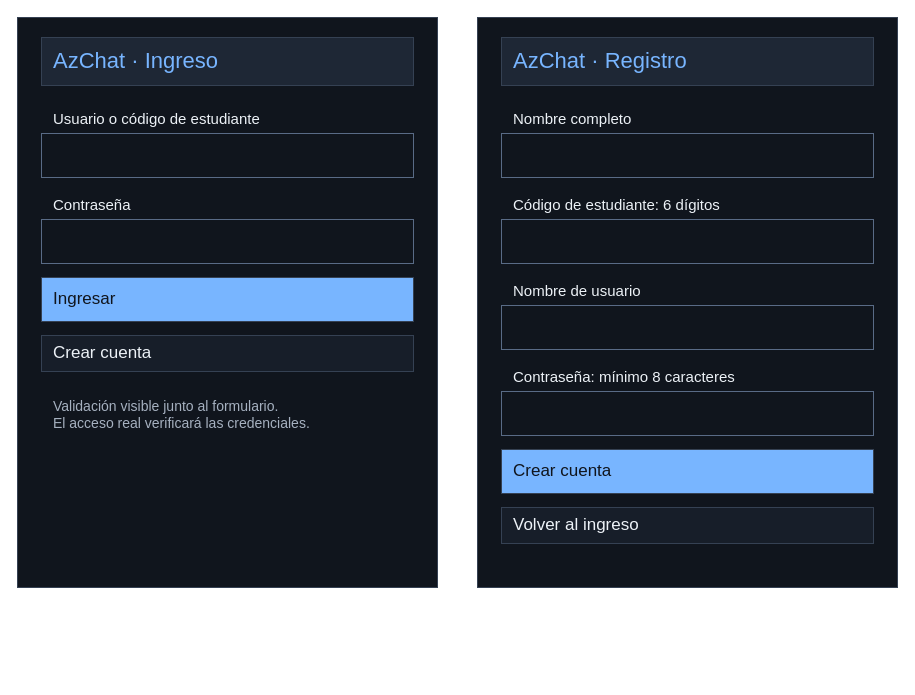
Earlier version of the draw.io diagram page "Ingreso y registro" (4 of 5) of Documentacion/Planificacion/P10_Diseno_de_interfaz/Bocetos_interfaz_AzChat.drawio (antonioapazaq1701-cmyk/AzChat). Source tidied: cells renumbered, new cells numbered last; positions are measured from the earlier drawing's top-left corner, leaving out a move shared by most shapes. Both pictures are drawn from the tidied source at 100%, with x=0, y=0 at pixel (17, 17).
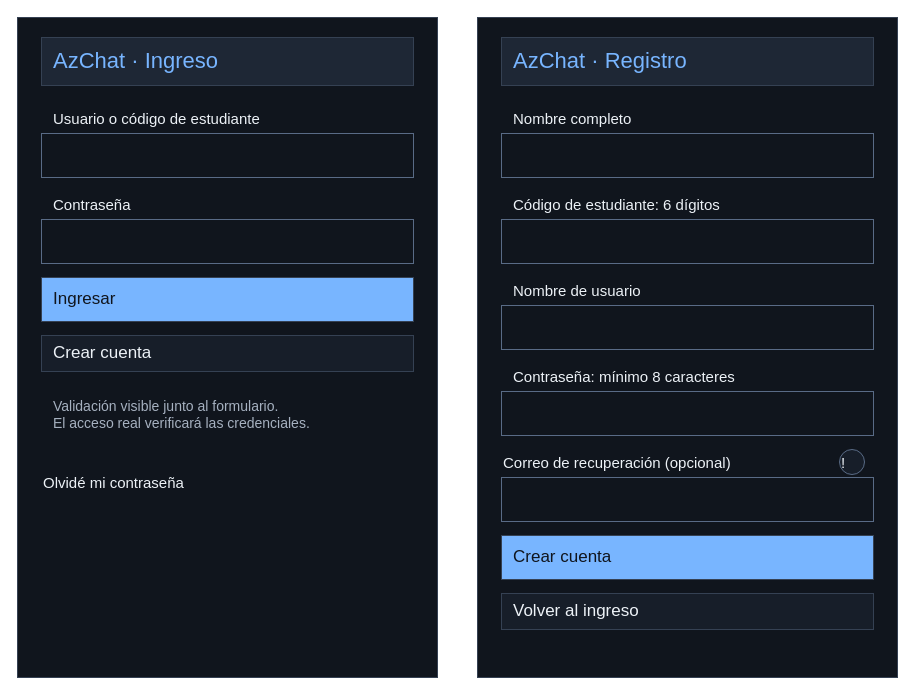
After the change.

What changed in the source:
```diff
@@
     <mxCell id="2" style="rounded=0;html=0;whiteSpace=wrap;fillColor=#10151d;strokeColor=#354153;fontColor=#edf2f7;fontSize=17;fontFamily=Arial;align=left;verticalAlign=middle;spacingLeft=10;" parent="1" vertex="1">
-      <mxGeometry width="420" height="570" as="geometry" />
+      <mxGeometry width="420" height="660" as="geometry" />
     </mxCell>
@@
     <mxCell id="11" style="rounded=0;html=0;whiteSpace=wrap;fillColor=#10151d;strokeColor=#354153;fontColor=#edf2f7;fontSize=17;fontFamily=Arial;align=left;verticalAlign=middle;spacingLeft=10;" parent="1" vertex="1">
-      <mxGeometry x="460" width="420" height="570" as="geometry" />
+      <mxGeometry x="460" width="420" height="660" as="geometry" />
     </mxCell>
@@
     <mxCell id="21" value="Crear cuenta" style="rounded=0;html=0;whiteSpace=wrap;fillColor=#78b5ff;strokeColor=#354153;fontColor=#10151d;fontSize=17;fontFamily=Arial;align=left;verticalAlign=middle;spacingLeft=10;" parent="1" vertex="1">
-      <mxGeometry x="484" y="432" width="372" height="44" as="geometry" />
+      <mxGeometry x="484" y="518" width="372" height="44" as="geometry" />
     </mxCell>
     <mxCell id="22" value="Volver al ingreso" style="rounded=0;html=0;whiteSpace=wrap;fillColor=#171e29;strokeColor=#354153;fontColor=#edf2f7;fontSize=17;fontFamily=Arial;align=left;verticalAlign=middle;spacingLeft=10;" parent="1" vertex="1">
-      <mxGeometry x="484" y="490" width="372" height="36" as="geometry" />
+      <mxGeometry x="484" y="576" width="372" height="36" as="geometry" />
     </mxCell>
+    <mxCell id="23" value="Correo de recuperación (opcional)" style="rounded=0;html=0;whiteSpace=wrap;fillColor=none;strokeColor=none;fontColor=#edf2f7;fontSize=15;fontFamily=Arial;align=left;" parent="1" vertex="1">
+      <mxGeometry x="484" y="432" width="326" height="25" as="geometry" />
+    </mxCell>
+    <mxCell id="24" style="rounded=0;html=0;whiteSpace=wrap;fillColor=#10151d;strokeColor=#596b86;fontColor=#edf2f7;fontSize=15;fontFamily=Arial;align=left;" parent="1" vertex="1">
+      <mxGeometry x="484" y="460" width="372" height="44" as="geometry" />
+    </mxCell>
+    <mxCell id="25" value="!" style="rounded=0;html=0;whiteSpace=wrap;fillColor=#171e29;strokeColor=#596b86;fontColor=#edf2f7;fontSize=15;fontFamily=Arial;align=left;ellipse;" parent="1" vertex="1">
+      <mxGeometry x="822" y="432" width="25" height="25" as="geometry" />
+    </mxCell>
+    <mxCell id="26" value="Olvidé mi contraseña" style="rounded=0;html=0;whiteSpace=wrap;fillColor=none;strokeColor=none;fontColor=#edf2f7;fontSize=15;fontFamily=Arial;align=left;" parent="1" vertex="1">
+      <mxGeometry x="24" y="450" width="300" height="30" as="geometry" />
+    </mxCell>
```
